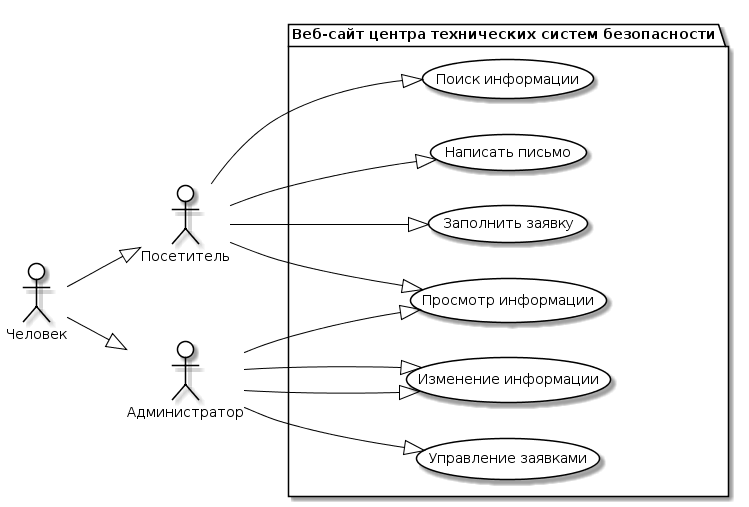
The PlantUML diagram File/useCase.png in MaiorovP/design2-student-page, before a commit.
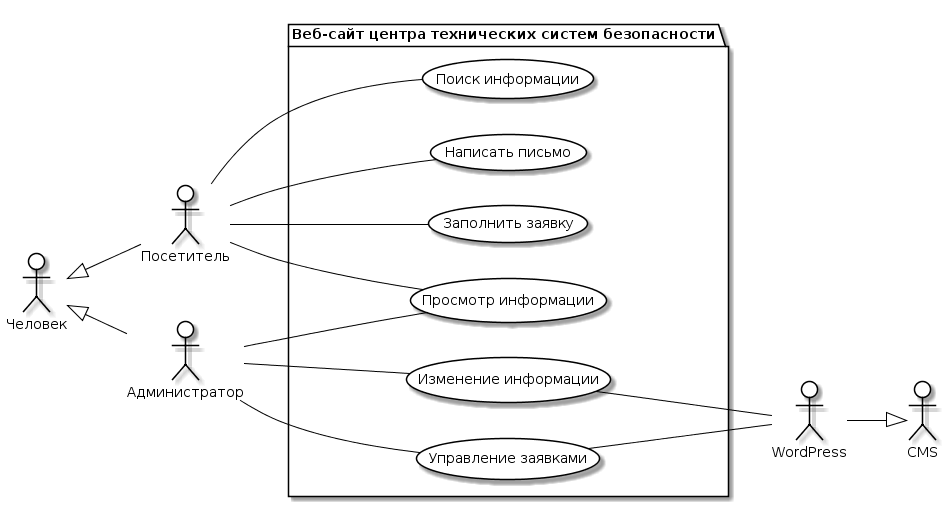
The same file after the commit.

Diff of the diagram source:
```diff
@@ -13,6 +13,8 @@
 actor M as "Посетитель"
 actor M0 as "Человек"
 actor G as "Администратор"
+actor T as "WordPress"
+actor T0 as "CMS"
 
 package APP as "Веб-сайт центра технических систем безопасности"{
 usecase A as "Поиск информации"
@@ -22,14 +24,17 @@
 usecase E as "Изменение информации"
 usecase I as "Заполнить заявку"
 }
-G --|> (E)
-M0 --|> M
-M0 --|> G
-M --|> A
-M --|> B
-M --|> C
-M --|> I
-G --|> B
-G --|> D
-G --|> E
+
+M -- A
+M -- B
+M -- C
+M -- I
+G -- B
+G -- D
+G -- E
+T --|> T0
+E -- T
+D -- T
+M0 <|-- M
+M0 <|-- G
 @enduml
```
